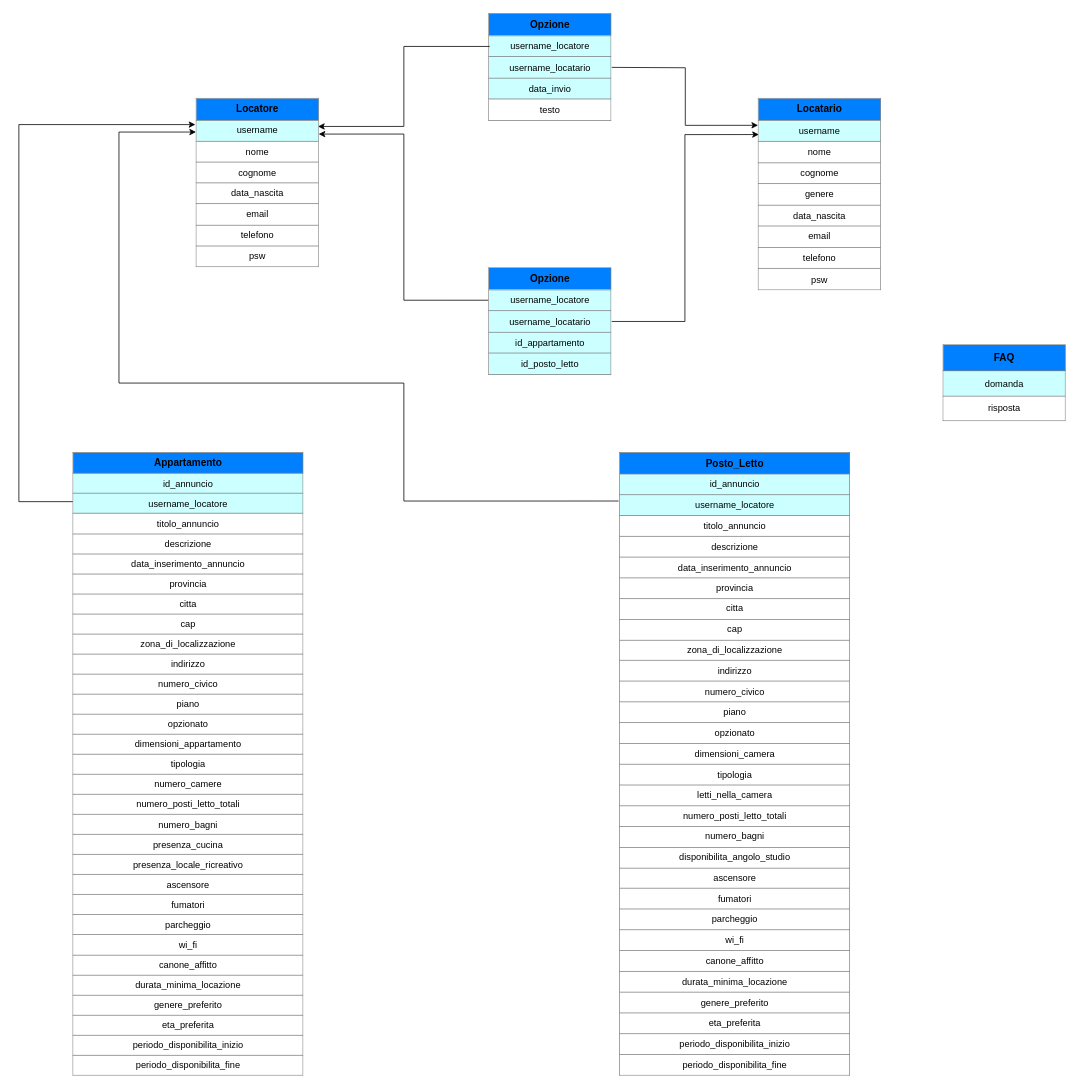
Above: Database/Schema_logico_DB.drawio in fd-col/RentAdvisor (draw.io), before the change. Source tidied: cells renumbered, new cells numbered last; positions are measured from the earlier drawing's top-left corner, leaving out a move shared by most shapes. Both pictures are drawn from the tidied source at 77%, with x=0, y=0 at pixel (18, 13).
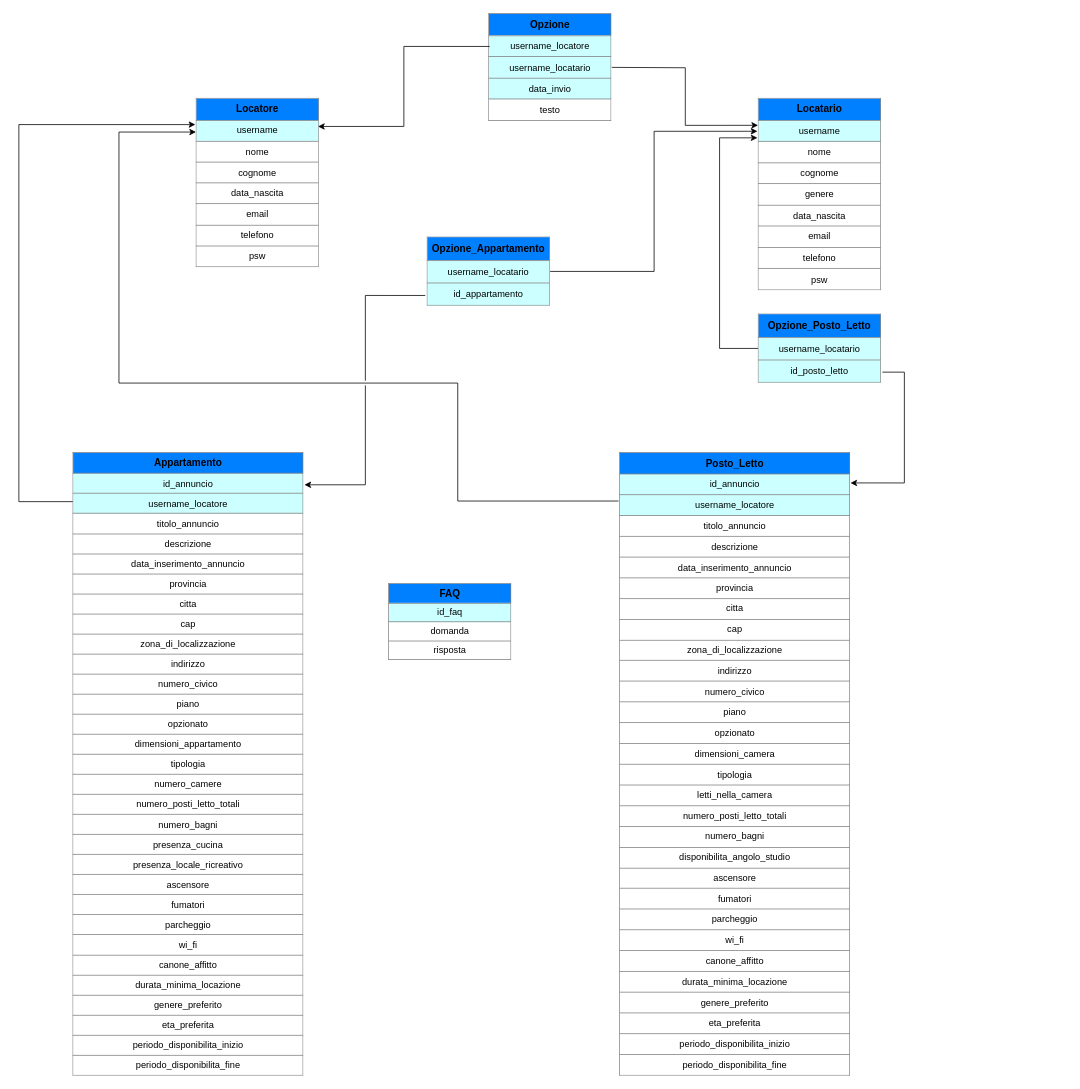
Above is the later version.

Commit message (it also covers changes not shown here):
Modifica relazione opzione db

Unchanged cells that the change refers to:
```xml
<mxCell id="2" value="&lt;table border=&quot;1&quot; width=&quot;100%&quot; cellpadding=&quot;4&quot; style=&quot;width: 100% ; height: 100% ; border-collapse: collapse&quot;&gt;&lt;tbody&gt;&lt;tr&gt;&lt;th style=&quot;background-color: rgb(0 , 127 , 255)&quot;&gt;&lt;font style=&quot;font-size: 13px&quot;&gt;Locatore&lt;/font&gt;&lt;/th&gt;&lt;/tr&gt;&lt;tr style=&quot;font-size: 13px&quot;&gt;&lt;td style=&quot;font-size: 12px ; background-color: rgb(204 , 255 , 255)&quot;&gt;username&lt;/td&gt;&lt;/tr&gt;&lt;tr&gt;&lt;td&gt;nome&lt;/td&gt;&lt;/tr&gt;&lt;tr&gt;&lt;td&gt;cognome&lt;br&gt;&lt;/td&gt;&lt;/tr&gt;&lt;tr&gt;&lt;td&gt;data_nascita&lt;/td&gt;&lt;/tr&gt;&lt;tr&gt;&lt;td&gt;email&lt;/td&gt;&lt;/tr&gt;&lt;tr&gt;&lt;td&gt;telefono&lt;/td&gt;&lt;/tr&gt;&lt;tr&gt;&lt;td&gt;psw&lt;/td&gt;&lt;/tr&gt;&lt;/tbody&gt;&lt;/table&gt;" style="text;html=1;overflow=fill;align=center;" parent="1" vertex="1">
  <mxGeometry x="230" y="110" width="160" height="220" as="geometry" />
</mxCell>
<mxCell id="3" value="&lt;table border=&quot;1&quot; width=&quot;100%&quot; cellpadding=&quot;4&quot; style=&quot;width: 100% ; height: 100% ; border-collapse: collapse&quot;&gt;&lt;tbody&gt;&lt;tr&gt;&lt;th style=&quot;background-color: rgb(0 , 127 , 255)&quot;&gt;&lt;font style=&quot;font-size: 13px&quot;&gt;Locatario&lt;/font&gt;&lt;/th&gt;&lt;/tr&gt;&lt;tr style=&quot;font-size: 13px&quot;&gt;&lt;td style=&quot;font-size: 12px ; background-color: rgb(204 , 255 , 255)&quot;&gt;username&lt;/td&gt;&lt;/tr&gt;&lt;tr&gt;&lt;td&gt;nome&lt;/td&gt;&lt;/tr&gt;&lt;tr&gt;&lt;td&gt;cognome&lt;br&gt;&lt;/td&gt;&lt;/tr&gt;&lt;tr&gt;&lt;td&gt;genere&lt;/td&gt;&lt;/tr&gt;&lt;tr&gt;&lt;td&gt;data_nascita&lt;/td&gt;&lt;/tr&gt;&lt;tr&gt;&lt;td&gt;email&lt;/td&gt;&lt;/tr&gt;&lt;tr&gt;&lt;td&gt;telefono&lt;/td&gt;&lt;/tr&gt;&lt;tr&gt;&lt;td&gt;psw&lt;/td&gt;&lt;/tr&gt;&lt;/tbody&gt;&lt;/table&gt;" style="text;html=1;overflow=fill;align=center;" parent="1" vertex="1">
  <mxGeometry x="960" y="110" width="160" height="250" as="geometry" />
</mxCell>
<mxCell id="10" value="&lt;table border=&quot;1&quot; width=&quot;100%&quot; cellpadding=&quot;4&quot; style=&quot;width: 100% ; height: 100% ; border-collapse: collapse&quot;&gt;&lt;tbody&gt;&lt;tr&gt;&lt;th style=&quot;background-color: rgb(0 , 127 , 255)&quot;&gt;&lt;font style=&quot;font-size: 13px&quot;&gt;Appartamento&lt;/font&gt;&lt;/th&gt;&lt;/tr&gt;&lt;tr style=&quot;font-size: 13px&quot;&gt;&lt;td style=&quot;font-size: 12px ; background-color: rgb(204 , 255 , 255)&quot;&gt;id_annuncio&lt;/td&gt;&lt;/tr&gt;&lt;tr&gt;&lt;td style=&quot;background-color: rgb(204 , 255 , 255)&quot;&gt;username_locatore&lt;/td&gt;&lt;/tr&gt;&lt;tr&gt;&lt;td&gt;titolo_annuncio&lt;/td&gt;&lt;/tr&gt;&lt;tr&gt;&lt;td&gt;descrizione&lt;br&gt;&lt;/td&gt;&lt;/tr&gt;&lt;tr&gt;&lt;td&gt;data_inserimento_annuncio&lt;/td&gt;&lt;/tr&gt;&lt;tr&gt;&lt;td&gt;provincia&lt;/td&gt;&lt;/tr&gt;&lt;tr&gt;&lt;td&gt;citta&lt;/td&gt;&lt;/tr&gt;&lt;tr&gt;&lt;td&gt;cap&lt;/td&gt;&lt;/tr&gt;&lt;tr&gt;&lt;td&gt;zona_di_localizzazione&lt;br&gt;&lt;/td&gt;&lt;/tr&gt;&lt;tr&gt;&lt;td&gt;indirizzo&lt;/td&gt;&lt;/tr&gt;&lt;tr&gt;&lt;td&gt;numero_civico&lt;/td&gt;&lt;/tr&gt;&lt;tr&gt;&lt;td&gt;piano&lt;/td&gt;&lt;/tr&gt;&lt;tr&gt;&lt;td&gt;opzionato&lt;/td&gt;&lt;/tr&gt;&lt;tr&gt;&lt;td&gt;dimensioni_appartamento&lt;/td&gt;&lt;/tr&gt;&lt;tr&gt;&lt;td&gt;tipologia&lt;/td&gt;&lt;/tr&gt;&lt;tr&gt;&lt;td&gt;numero_camere&lt;/td&gt;&lt;/tr&gt;&lt;tr&gt;&lt;td&gt;numero_posti_letto_totali&lt;/td&gt;&lt;/tr&gt;&lt;tr&gt;&lt;td&gt;numero_bagni&lt;/td&gt;&lt;/tr&gt;&lt;tr&gt;&lt;td&gt;presenza_cucina&lt;/td&gt;&lt;/tr&gt;&lt;tr&gt;&lt;td&gt;presenza_locale_ricreativo&lt;/td&gt;&lt;/tr&gt;&lt;tr&gt;&lt;td&gt;ascensore&lt;/td&gt;&lt;/tr&gt;&lt;tr&gt;&lt;td&gt;fumatori&lt;/td&gt;&lt;/tr&gt;&lt;tr&gt;&lt;td&gt;parcheggio&lt;/td&gt;&lt;/tr&gt;&lt;tr&gt;&lt;td&gt;wi_fi&lt;/td&gt;&lt;/tr&gt;&lt;tr&gt;&lt;td&gt;canone_affitto&lt;/td&gt;&lt;/tr&gt;&lt;tr&gt;&lt;td&gt;durata_minima_locazione&lt;/td&gt;&lt;/tr&gt;&lt;tr&gt;&lt;td&gt;genere_preferito&lt;/td&gt;&lt;/tr&gt;&lt;tr&gt;&lt;td&gt;eta_preferita&lt;/td&gt;&lt;/tr&gt;&lt;tr&gt;&lt;td&gt;periodo_disponibilita_inizio&lt;/td&gt;&lt;/tr&gt;&lt;tr&gt;&lt;td&gt;periodo_disponibilita_fine&lt;/td&gt;&lt;/tr&gt;&lt;/tbody&gt;&lt;/table&gt;" style="text;html=1;overflow=fill;align=center;" parent="1" vertex="1">
  <mxGeometry x="70" y="570" width="300" height="810" as="geometry" />
</mxCell>
<mxCell id="11" value="&lt;table border=&quot;1&quot; width=&quot;100%&quot; cellpadding=&quot;4&quot; style=&quot;width: 100% ; height: 100% ; border-collapse: collapse&quot;&gt;&lt;tbody&gt;&lt;tr&gt;&lt;th style=&quot;background-color: rgb(0 , 127 , 255)&quot;&gt;&lt;font style=&quot;font-size: 13px&quot;&gt;Posto_Letto&lt;/font&gt;&lt;/th&gt;&lt;/tr&gt;&lt;tr style=&quot;font-size: 13px&quot;&gt;&lt;td style=&quot;font-size: 12px ; background-color: rgb(204 , 255 , 255)&quot;&gt;id_annuncio&lt;/td&gt;&lt;/tr&gt;&lt;tr&gt;&lt;td style=&quot;background-color: rgb(204 , 255 , 255)&quot;&gt;username_locatore&lt;/td&gt;&lt;/tr&gt;&lt;tr&gt;&lt;td&gt;titolo_annuncio&lt;/td&gt;&lt;/tr&gt;&lt;tr&gt;&lt;td&gt;descrizione&lt;br&gt;&lt;/td&gt;&lt;/tr&gt;&lt;tr&gt;&lt;td&gt;data_inserimento_annuncio&lt;/td&gt;&lt;/tr&gt;&lt;tr&gt;&lt;td&gt;provincia&lt;/td&gt;&lt;/tr&gt;&lt;tr&gt;&lt;td&gt;citta&lt;/td&gt;&lt;/tr&gt;&lt;tr&gt;&lt;td&gt;cap&lt;/td&gt;&lt;/tr&gt;&lt;tr&gt;&lt;td&gt;zona_di_localizzazione&lt;br&gt;&lt;/td&gt;&lt;/tr&gt;&lt;tr&gt;&lt;td&gt;indirizzo&lt;/td&gt;&lt;/tr&gt;&lt;tr&gt;&lt;td&gt;numero_civico&lt;/td&gt;&lt;/tr&gt;&lt;tr&gt;&lt;td&gt;piano&lt;/td&gt;&lt;/tr&gt;&lt;tr&gt;&lt;td&gt;opzionato&lt;/td&gt;&lt;/tr&gt;&lt;tr&gt;&lt;td&gt;dimensioni_camera&lt;/td&gt;&lt;/tr&gt;&lt;tr&gt;&lt;td&gt;tipologia&lt;/td&gt;&lt;/tr&gt;&lt;tr&gt;&lt;td&gt;letti_nella_camera&lt;/td&gt;&lt;/tr&gt;&lt;tr&gt;&lt;td&gt;numero_posti_letto_totali&lt;/td&gt;&lt;/tr&gt;&lt;tr&gt;&lt;td&gt;numero_bagni&lt;/td&gt;&lt;/tr&gt;&lt;tr&gt;&lt;td&gt;disponibilita_angolo_studio&lt;/td&gt;&lt;/tr&gt;&lt;tr&gt;&lt;td&gt;ascensore&lt;/td&gt;&lt;/tr&gt;&lt;tr&gt;&lt;td&gt;fumatori&lt;/td&gt;&lt;/tr&gt;&lt;tr&gt;&lt;td&gt;parcheggio&lt;/td&gt;&lt;/tr&gt;&lt;tr&gt;&lt;td&gt;wi_fi&lt;/td&gt;&lt;/tr&gt;&lt;tr&gt;&lt;td&gt;canone_affitto&lt;/td&gt;&lt;/tr&gt;&lt;tr&gt;&lt;td&gt;durata_minima_locazione&lt;/td&gt;&lt;/tr&gt;&lt;tr&gt;&lt;td&gt;genere_preferito&lt;/td&gt;&lt;/tr&gt;&lt;tr&gt;&lt;td&gt;eta_preferita&lt;/td&gt;&lt;/tr&gt;&lt;tr&gt;&lt;td&gt;periodo_disponibilita_inizio&lt;/td&gt;&lt;/tr&gt;&lt;tr&gt;&lt;td&gt;periodo_disponibilita_fine&lt;/td&gt;&lt;/tr&gt;&lt;/tbody&gt;&lt;/table&gt;" style="text;html=1;overflow=fill;align=center;" parent="1" vertex="1">
  <mxGeometry x="780" y="570" width="300" height="810" as="geometry" />
</mxCell>
```

The edit, as a diff of the source:
```diff
@@
-    <mxCell id="4" value="&lt;table border=&quot;1&quot; width=&quot;100%&quot; cellpadding=&quot;4&quot; style=&quot;width: 100% ; height: 100% ; border-collapse: collapse&quot;&gt;&lt;tbody&gt;&lt;tr&gt;&lt;th style=&quot;background-color: rgb(0 , 127 , 255)&quot;&gt;&lt;span style=&quot;font-size: 13px&quot;&gt;Opzione&lt;/span&gt;&lt;/th&gt;&lt;/tr&gt;&lt;tr style=&quot;font-size: 13px&quot;&gt;&lt;td style=&quot;font-size: 12px ; background-color: rgb(204 , 255 , 255)&quot;&gt;username_locatore&lt;/td&gt;&lt;/tr&gt;&lt;tr&gt;&lt;td style=&quot;background-color: rgb(204 , 255 , 255)&quot;&gt;username_locatario&lt;/td&gt;&lt;/tr&gt;&lt;tr&gt;&lt;td style=&quot;background-color: rgb(204 , 255 , 255)&quot;&gt;id_appartamento&lt;/td&gt;&lt;/tr&gt;&lt;tr&gt;&lt;td style=&quot;background-color: rgb(204 , 255 , 255)&quot;&gt;id_posto_letto&lt;/td&gt;&lt;/tr&gt;&lt;/tbody&gt;&lt;/table&gt;" style="text;html=1;overflow=fill;align=center;" parent="1" vertex="1">
-      <mxGeometry x="610" y="330" width="160" height="140" as="geometry" />
+    <mxCell id="4" value="&lt;table border=&quot;1&quot; width=&quot;100%&quot; cellpadding=&quot;4&quot; style=&quot;width: 100% ; height: 100% ; border-collapse: collapse&quot;&gt;&lt;tbody&gt;&lt;tr&gt;&lt;th style=&quot;background-color: rgb(0 , 127 , 255)&quot;&gt;&lt;span style=&quot;font-size: 13px&quot;&gt;Opzione_Appartamento&lt;/span&gt;&lt;/th&gt;&lt;/tr&gt;&lt;tr style=&quot;font-size: 13px&quot;&gt;&lt;td style=&quot;font-size: 12px ; background-color: rgb(204 , 255 , 255)&quot;&gt;username_locatario&lt;/td&gt;&lt;/tr&gt;&lt;tr&gt;&lt;td style=&quot;background-color: rgb(204 , 255 , 255)&quot;&gt;id_appartamento&lt;/td&gt;&lt;/tr&gt;&lt;/tbody&gt;&lt;/table&gt;" style="text;html=1;overflow=fill;align=center;" parent="1" vertex="1">
+      <mxGeometry x="530" y="290" width="160" height="90" as="geometry" />
     </mxCell>
@@
-    <mxCell id="7" style="endArrow=classic;html=1;rounded=0;entryX=0.006;entryY=0.189;entryDx=0;entryDy=0;entryPerimeter=0;edgeStyle=orthogonalEdgeStyle;exitX=1;exitY=0.5;exitDx=0;exitDy=0;" parent="1" edge="1" source="4" target="3">
-      <mxGeometry relative="1" as="geometry" />
-    </mxCell>
-    <mxCell id="8" style="endArrow=classic;html=1;rounded=0;entryX=0.996;entryY=0.212;entryDx=0;entryDy=0;entryPerimeter=0;edgeStyle=orthogonalEdgeStyle;exitX=-0.003;exitY=0.303;exitDx=0;exitDy=0;exitPerimeter=0;" parent="1" edge="1" source="4" target="2">
+    <mxCell id="8" style="endArrow=classic;html=1;rounded=0;entryX=-0.005;entryY=0.172;entryDx=0;entryDy=0;entryPerimeter=0;edgeStyle=orthogonalEdgeStyle;exitX=1;exitY=0.5;exitDx=0;exitDy=0;" parent="1" edge="1" source="4" target="3">
       <mxGeometry relative="1" as="geometry" />
     </mxCell>
@@
     <mxCell id="13" style="endArrow=classic;html=1;rounded=0;edgeStyle=orthogonalEdgeStyle;exitX=-0.004;exitY=0.078;exitDx=0;exitDy=0;exitPerimeter=0;" parent="1" edge="1" source="11">
       <mxGeometry relative="1" as="geometry">
         <mxPoint x="230" y="154" as="targetPoint" />
         <Array as="points">
-          <mxPoint x="500" y="633" />
-          <mxPoint x="500" y="480" />
+          <mxPoint x="570" y="633" />
+          <mxPoint x="570" y="480" />
           <mxPoint x="130" y="480" />
           <mxPoint x="130" y="154" />
         </Array>
       </mxGeometry>
     </mxCell>
-    <mxCell id="14" value="&lt;table border=&quot;1&quot; width=&quot;100%&quot; cellpadding=&quot;4&quot; style=&quot;width: 100% ; height: 100% ; border-collapse: collapse&quot;&gt;&lt;tbody&gt;&lt;tr&gt;&lt;th style=&quot;background-color: rgb(0 , 127 , 255)&quot;&gt;&lt;span style=&quot;font-size: 13px&quot;&gt;FAQ&lt;/span&gt;&lt;/th&gt;&lt;/tr&gt;&lt;tr style=&quot;font-size: 13px&quot;&gt;&lt;td style=&quot;font-size: 12px ; background-color: rgb(204 , 255 , 255)&quot;&gt;domanda&lt;/td&gt;&lt;/tr&gt;&lt;tr&gt;&lt;td&gt;risposta&lt;/td&gt;&lt;/tr&gt;&lt;/tbody&gt;&lt;/table&gt;" style="text;html=1;overflow=fill;align=center;" parent="1" vertex="1">
-      <mxGeometry x="1200" y="430" width="160" height="100" as="geometry" />
+    <mxCell id="14" value="&lt;table border=&quot;1&quot; width=&quot;100%&quot; cellpadding=&quot;4&quot; style=&quot;width: 100% ; height: 100% ; border-collapse: collapse&quot;&gt;&lt;tbody&gt;&lt;tr&gt;&lt;th style=&quot;background-color: rgb(0 , 127 , 255)&quot;&gt;&lt;span style=&quot;font-size: 13px&quot;&gt;FAQ&lt;/span&gt;&lt;/th&gt;&lt;/tr&gt;&lt;tr style=&quot;font-size: 13px&quot;&gt;&lt;td style=&quot;font-size: 12px ; background-color: rgb(204 , 255 , 255)&quot;&gt;id_faq&lt;/td&gt;&lt;/tr&gt;&lt;tr&gt;&lt;td&gt;domanda&lt;/td&gt;&lt;/tr&gt;&lt;tr&gt;&lt;td&gt;risposta&lt;/td&gt;&lt;/tr&gt;&lt;/tbody&gt;&lt;/table&gt;" style="text;html=1;overflow=fill;align=center;" parent="1" vertex="1">
+      <mxGeometry x="480" y="740" width="160" height="100" as="geometry" />
     </mxCell>
+    <mxCell id="15" style="endArrow=classic;html=1;rounded=0;entryX=1.003;entryY=0.052;entryDx=0;entryDy=0;entryPerimeter=0;edgeStyle=orthogonalEdgeStyle;exitX=-0.014;exitY=0.847;exitDx=0;exitDy=0;exitPerimeter=0;jumpStyle=gap;" parent="1" edge="1" source="4" target="10">
+      <mxGeometry relative="1" as="geometry" />
+    </mxCell>
+    <mxCell id="16" style="edgeStyle=orthogonalEdgeStyle;rounded=0;jumpStyle=gap;jettySize=auto;html=1;entryX=-0.005;entryY=0.206;entryDx=0;entryDy=0;entryPerimeter=0;exitX=0;exitY=0.5;exitDx=0;exitDy=0;" parent="1" edge="1" source="17" target="3">
+      <mxGeometry relative="1" as="geometry">
+        <Array as="points">
+          <mxPoint x="910" y="435" />
+          <mxPoint x="910" y="162" />
+        </Array>
+      </mxGeometry>
+    </mxCell>
+    <mxCell id="17" value="&lt;table border=&quot;1&quot; width=&quot;100%&quot; cellpadding=&quot;4&quot; style=&quot;width: 100% ; height: 100% ; border-collapse: collapse&quot;&gt;&lt;tbody&gt;&lt;tr&gt;&lt;th style=&quot;background-color: rgb(0 , 127 , 255)&quot;&gt;&lt;span style=&quot;font-size: 13px&quot;&gt;Opzione_Posto_Letto&lt;/span&gt;&lt;/th&gt;&lt;/tr&gt;&lt;tr style=&quot;font-size: 13px&quot;&gt;&lt;td style=&quot;font-size: 12px ; background-color: rgb(204 , 255 , 255)&quot;&gt;username_locatario&lt;/td&gt;&lt;/tr&gt;&lt;tr&gt;&lt;td style=&quot;background-color: rgb(204 , 255 , 255)&quot;&gt;id_posto_letto&lt;br&gt;&lt;/td&gt;&lt;/tr&gt;&lt;/tbody&gt;&lt;/table&gt;" style="text;html=1;overflow=fill;align=center;" parent="1" vertex="1">
+      <mxGeometry x="960" y="390" width="160" height="90" as="geometry" />
+    </mxCell>
+    <mxCell id="18" style="edgeStyle=orthogonalEdgeStyle;rounded=0;jumpStyle=gap;jettySize=auto;html=1;entryX=1;entryY=0.049;entryDx=0;entryDy=0;entryPerimeter=0;exitX=1.009;exitY=0.842;exitDx=0;exitDy=0;exitPerimeter=0;" parent="1" edge="1" source="17" target="11">
+      <mxGeometry relative="1" as="geometry">
+        <Array as="points">
+          <mxPoint x="1150" y="466" />
+          <mxPoint x="1150" y="610" />
+        </Array>
+      </mxGeometry>
+    </mxCell>
```
